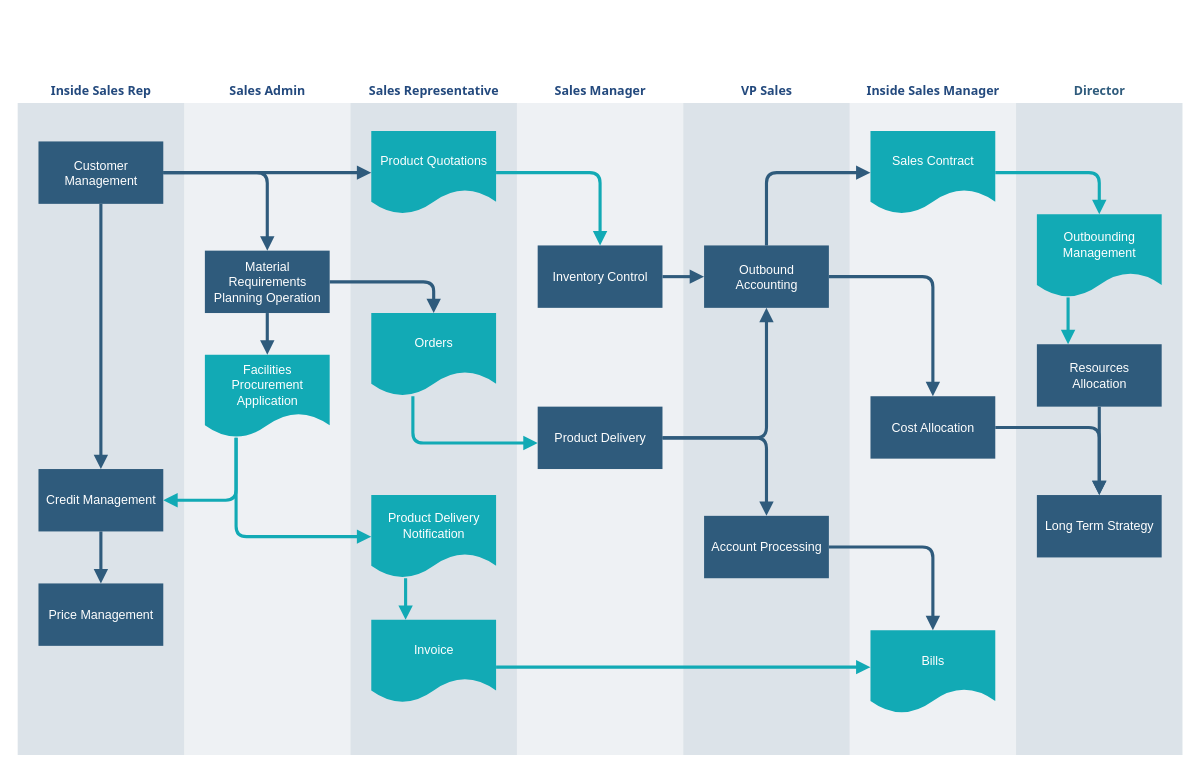
Before: arch_operational_flow.drawio in p4r4g/algotrading-arch-doc, a draw.io diagram. Source tidied: cells renumbered, new cells numbered last; positions are measured from the earlier drawing's top-left corner, leaving out a move shared by most shapes. Both pictures are drawn from the tidied source at 104%, with x=0, y=0 at pixel (17, 78).
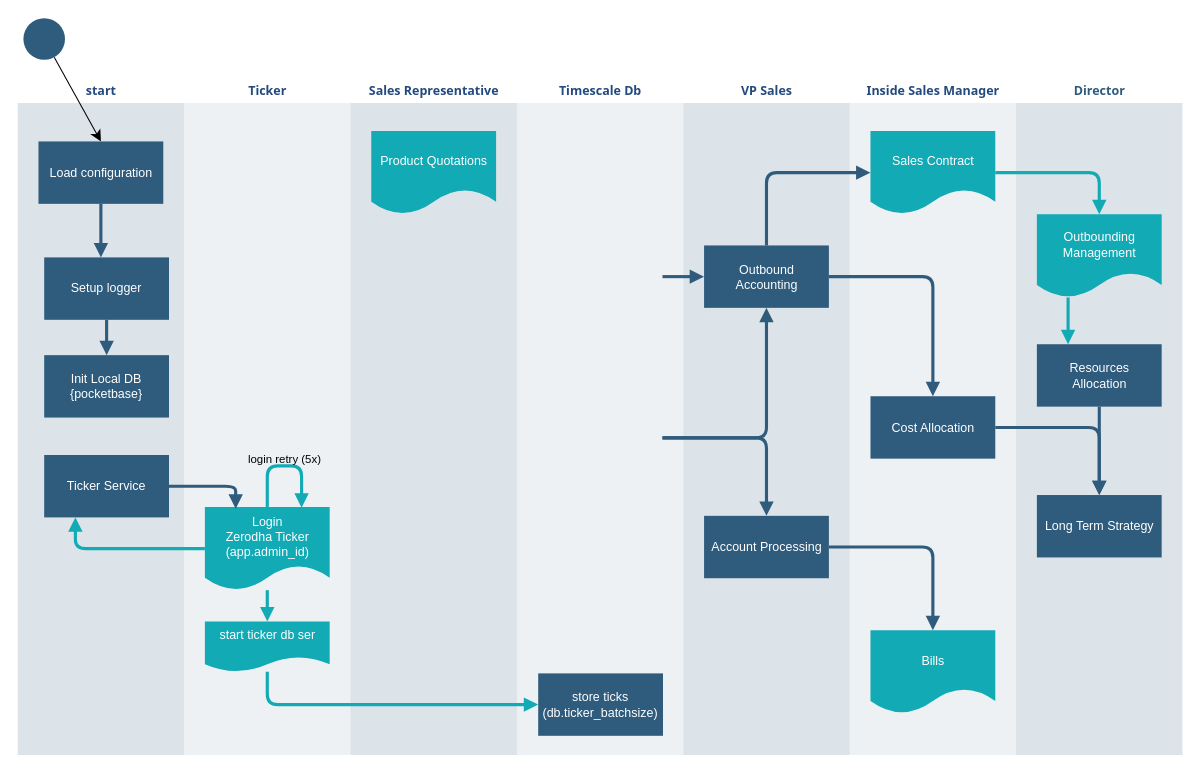
Above is the later version.

Unchanged cells that the change refers to:
```xml
<mxCell id="10" value="Bills" style="shape=document;whiteSpace=wrap;verticalAlign=middle;strokeColor=none;fillColor=#12aab5;shadow=0;fontColor=#FFFFFF;fontFamily=Helvetica;fontStyle=0;html=1;fontSize=12;spacing=6;spacingBottom=22;" parent="8" vertex="1">
  <mxGeometry x="20" y="530" width="120" height="80" as="geometry" />
</mxCell>
<mxCell id="13" value="Outbound Accounting" style="whiteSpace=wrap;fillColor=#2f5b7c;strokeColor=none;shadow=0;fontColor=#FFFFFF;fontFamily=Helvetica;fontStyle=0;html=1;fontSize=12;spacing=6;verticalAlign=middle;" parent="12" vertex="1">
  <mxGeometry x="20" y="160" width="120" height="60" as="geometry" />
</mxCell>
<mxCell id="14" value="Account Processing" style="whiteSpace=wrap;strokeColor=none;fillColor=#2f5b7c;shadow=0;fontColor=#FFFFFF;fontFamily=Helvetica;fontStyle=0;html=1;fontSize=12;spacing=6;verticalAlign=middle;" parent="12" vertex="1">
  <mxGeometry x="20" y="420" width="120" height="60" as="geometry" />
</mxCell>
<mxCell id="19" value="&lt;font color=&quot;#23497d&quot;&gt;Sales Representative&lt;/font&gt;" style="swimlane;whiteSpace=wrap;fillColor=none;swimlaneFillColor=#BAC8D3;fontColor=#2F5B7C;fontFamily=Tahoma;html=1;strokeColor=none;opacity=50;" parent="1" vertex="1">
  <mxGeometry x="320.5" y="0.5" width="160" height="650" as="geometry" />
</mxCell>
<mxCell id="20" value="Product Quotations" style="shape=document;whiteSpace=wrap;verticalAlign=middle;strokeColor=none;fillColor=#12aab5;shadow=0;fontColor=#FFFFFF;fontFamily=Helvetica;fontStyle=0;html=1;fontSize=12;spacing=6;spacingBottom=22;" parent="19" vertex="1">
  <mxGeometry x="20" y="50" width="120" height="80" as="geometry" />
</mxCell>
```

Diff of the diagram source:
```diff
@@
-    <mxCell id="2" value="&lt;font color=&quot;#23497d&quot;&gt;Inside Sales Rep&lt;/font&gt;" style="swimlane;whiteSpace=wrap;fillColor=none;swimlaneFillColor=#BAC8D3;fontColor=#2F5B7C;fontFamily=Tahoma;html=1;strokeColor=none;opacity=50;" parent="1" vertex="1">
+    <mxCell id="2" value="&lt;font color=&quot;#23497d&quot;&gt;start&lt;/font&gt;" style="swimlane;whiteSpace=wrap;fillColor=none;swimlaneFillColor=#BAC8D3;fontColor=#2F5B7C;fontFamily=Tahoma;html=1;strokeColor=none;opacity=50;" parent="1" vertex="1">
       <mxGeometry x="0.5" y="0.5" width="160" height="650" as="geometry" />
     </mxCell>
-    <mxCell id="3" value="Customer Management" style="whiteSpace=wrap;shadow=0;fontColor=#FFFFFF;fontFamily=Helvetica;fontStyle=0;html=1;fontSize=12;plain-purple;strokeColor=none;fillColor=#2f5b7c;gradientColor=none;spacing=6;verticalAlign=middle;" parent="2" vertex="1">
+    <mxCell id="3" value="Load configuration" style="whiteSpace=wrap;shadow=0;fontColor=#FFFFFF;fontFamily=Helvetica;fontStyle=0;html=1;fontSize=12;plain-purple;strokeColor=none;fillColor=#2f5b7c;gradientColor=none;spacing=6;verticalAlign=middle;" parent="2" vertex="1">
       <mxGeometry x="20" y="60" width="120" height="60" as="geometry" />
     </mxCell>
+    <mxCell id="50" style="edgeStyle=segmentEdgeStyle;shape=connector;rounded=1;jettySize=auto;html=1;labelBackgroundColor=default;strokeColor=#2F5B7C;strokeWidth=3;fontFamily=Helvetica;fontSize=11;fontColor=default;endArrow=block;endFill=1;" parent="2" edge="1" source="4" target="51">
+      <mxGeometry relative="1" as="geometry" />
+    </mxCell>
-    <mxCell id="4" value="Credit Management" style="whiteSpace=wrap;strokeColor=none;fillColor=#2f5b7c;shadow=0;fontColor=#FFFFFF;fontFamily=Helvetica;fontStyle=0;html=1;fontSize=12;spacing=6;verticalAlign=middle;" parent="2" vertex="1">
-      <mxGeometry x="20" y="375" width="120" height="60" as="geometry" />
+    <mxCell id="4" value="Setup logger" style="whiteSpace=wrap;strokeColor=none;fillColor=#2f5b7c;shadow=0;fontColor=#FFFFFF;fontFamily=Helvetica;fontStyle=0;html=1;fontSize=12;spacing=6;verticalAlign=middle;" parent="2" vertex="1">
+      <mxGeometry x="25.5" y="171.5" width="120" height="60" as="geometry" />
     </mxCell>
-    <mxCell id="5" value="Price Management" style="whiteSpace=wrap;strokeColor=none;fillColor=#2f5b7c;shadow=0;fontColor=#FFFFFF;fontFamily=Helvetica;fontStyle=0;html=1;fontSize=12;spacing=6;verticalAlign=middle;" parent="2" vertex="1">
-      <mxGeometry x="20" y="485" width="120" height="60" as="geometry" />
+    <mxCell id="5" value="Ticker Service" style="whiteSpace=wrap;strokeColor=none;fillColor=#2f5b7c;shadow=0;fontColor=#FFFFFF;fontFamily=Helvetica;fontStyle=0;html=1;fontSize=12;spacing=6;verticalAlign=middle;" parent="2" vertex="1">
+      <mxGeometry x="25.5" y="361.5" width="120" height="60" as="geometry" />
     </mxCell>
-    <mxCell id="6" style="edgeStyle=segmentEdgeStyle;strokeColor=#2F5B7C;strokeWidth=3;html=1;endArrow=block;endFill=1;" parent="2" edge="1" source="4" target="5">
-      <mxGeometry relative="1" as="geometry" />
-    </mxCell>
@@
+    <mxCell id="51" value="&lt;div&gt;Init Local DB&lt;/div&gt;&lt;div&gt;{pocketbase}&lt;br&gt;&lt;/div&gt;" style="whiteSpace=wrap;strokeColor=none;fillColor=#2f5b7c;shadow=0;fontColor=#FFFFFF;fontFamily=Helvetica;fontStyle=0;html=1;fontSize=12;spacing=6;verticalAlign=middle;" parent="2" vertex="1">
+      <mxGeometry x="25.5" y="265.5" width="120" height="60" as="geometry" />
+    </mxCell>
@@
-    <mxCell id="15" value="&lt;font color=&quot;#23497d&quot;&gt;Sales Admin&lt;/font&gt;" style="swimlane;whiteSpace=wrap;fillColor=none;swimlaneFillColor=#BAC8D3;fontColor=#2F5B7C;fontFamily=Tahoma;html=1;strokeColor=none;opacity=25;" parent="1" vertex="1">
+    <mxCell id="15" value="&lt;font color=&quot;#23497d&quot;&gt;Ticker&lt;br&gt;&lt;/font&gt;" style="swimlane;whiteSpace=wrap;fillColor=none;swimlaneFillColor=#BAC8D3;fontColor=#2F5B7C;fontFamily=Tahoma;html=1;strokeColor=none;opacity=25;" parent="1" vertex="1">
       <mxGeometry x="160.5" y="0.5" width="160" height="650" as="geometry" />
     </mxCell>
-    <mxCell id="16" value="Material Requirements Planning Operation" style="whiteSpace=wrap;shadow=0;fontColor=#FFFFFF;fontFamily=Helvetica;fontStyle=0;html=1;fontSize=12;plain-purple;strokeColor=none;fillColor=#2f5b7c;gradientColor=none;spacing=6;verticalAlign=middle;" parent="15" vertex="1">
-      <mxGeometry x="20" y="165" width="120" height="60" as="geometry" />
-    </mxCell>
+    <mxCell id="52" style="edgeStyle=segmentEdgeStyle;shape=connector;rounded=1;jettySize=auto;html=1;entryX=0.5;entryY=0;entryDx=0;entryDy=0;labelBackgroundColor=default;strokeColor=#12AAB5;strokeWidth=3;fontFamily=Helvetica;fontSize=11;fontColor=default;endArrow=block;endFill=1;" parent="15" edge="1" source="17" target="53">
+      <mxGeometry relative="1" as="geometry" />
+    </mxCell>
-    <mxCell id="17" value="&lt;font color=&quot;#ffffff&quot;&gt;Facilities Procurement&lt;br&gt;Application&lt;/font&gt;&lt;br&gt; " style="shape=document;whiteSpace=wrap;verticalAlign=middle;strokeColor=none;fillColor=#12aab5;shadow=0;fontColor=#FFFFFF;fontFamily=Helvetica;fontStyle=0;html=1;fontSize=12;spacing=6;spacingBottom=22;" parent="15" vertex="1">
-      <mxGeometry x="20" y="265" width="120" height="80" as="geometry" />
+    <mxCell id="17" value="&lt;div&gt;Login &lt;br&gt;&lt;/div&gt;&lt;div&gt;Zerodha Ticker&lt;br&gt;&lt;/div&gt;&lt;div&gt;(app.admin_id)&lt;/div&gt;" style="shape=document;whiteSpace=wrap;verticalAlign=middle;strokeColor=none;fillColor=#12aab5;shadow=0;fontColor=#FFFFFF;fontFamily=Helvetica;fontStyle=0;html=1;fontSize=12;spacing=6;spacingBottom=22;" parent="15" vertex="1">
+      <mxGeometry x="20" y="411.5" width="120" height="80" as="geometry" />
     </mxCell>
-    <mxCell id="18" style="edgeStyle=segmentEdgeStyle;strokeColor=#2F5B7C;strokeWidth=3;html=1;endArrow=block;endFill=1;" parent="15" edge="1" source="16" target="17">
-      <mxGeometry relative="1" as="geometry" />
-    </mxCell>
+    <mxCell id="53" value="start ticker db ser" style="shape=document;whiteSpace=wrap;verticalAlign=middle;strokeColor=none;fillColor=#12aab5;shadow=0;fontColor=#FFFFFF;fontFamily=Helvetica;fontStyle=0;html=1;fontSize=12;spacing=6;spacingBottom=22;" parent="15" vertex="1">
+      <mxGeometry x="20" y="521.5" width="120" height="48.5" as="geometry" />
+    </mxCell>
+    <mxCell id="54" style="edgeStyle=segmentEdgeStyle;shape=connector;rounded=1;orthogonalLoop=1;jettySize=auto;html=1;labelBackgroundColor=default;strokeColor=#12AAB5;strokeWidth=3;fontFamily=Helvetica;fontSize=11;fontColor=default;endArrow=block;endFill=1;exitX=0.5;exitY=0;exitDx=0;exitDy=0;entryX=0.775;entryY=0.008;entryDx=0;entryDy=0;entryPerimeter=0;" parent="15" edge="1" source="17" target="17">
+      <mxGeometry relative="1" as="geometry">
+        <Array as="points">
+          <mxPoint x="80" y="372" />
+          <mxPoint x="113" y="372" />
+        </Array>
+      </mxGeometry>
+    </mxCell>
+    <mxCell id="55" value="login retry (5x)" style="edgeLabel;html=1;align=center;verticalAlign=middle;fontSize=11;fontFamily=Helvetica;fontColor=default;labelBackgroundColor=none;" parent="54" vertex="1">
+      <mxGeometry x="-0.11" relative="1" as="geometry">
+        <mxPoint x="5" y="-7" as="offset" />
+      </mxGeometry>
+    </mxCell>
@@
-    <mxCell id="21" value="Orders" style="shape=document;whiteSpace=wrap;verticalAlign=middle;strokeColor=none;fillColor=#12aab5;shadow=0;fontColor=#FFFFFF;fontFamily=Helvetica;fontStyle=0;html=1;fontSize=12;spacing=6;spacingBottom=22;" parent="19" vertex="1">
-      <mxGeometry x="20" y="225" width="120" height="80" as="geometry" />
-    </mxCell>
-    <mxCell id="22" value="Product Delivery Notification" style="shape=document;whiteSpace=wrap;strokeColor=none;fillColor=#12aab5;shadow=0;fontColor=#FFFFFF;fontFamily=Helvetica;fontStyle=0;html=1;fontSize=12;verticalAlign=middle;spacing=6;spacingBottom=22;" parent="19" vertex="1">
-      <mxGeometry x="20" y="400" width="120" height="80" as="geometry" />
-    </mxCell>
-    <mxCell id="23" value="Invoice" style="shape=document;whiteSpace=wrap;verticalAlign=middle;strokeColor=none;fillColor=#12aab5;shadow=0;fontColor=#FFFFFF;fontFamily=Helvetica;fontStyle=0;html=1;fontSize=12;spacing=6;spacingBottom=22;" parent="19" vertex="1">
-      <mxGeometry x="20" y="520" width="120" height="80" as="geometry" />
-    </mxCell>
-    <mxCell id="24" style="edgeStyle=segmentEdgeStyle;strokeColor=#12AAB5;strokeWidth=3;html=1;endArrow=block;endFill=1;" parent="19" edge="1" source="22" target="23">
-      <mxGeometry relative="1" as="geometry">
-        <Array as="points">
-          <mxPoint x="53" y="501" />
-          <mxPoint x="53" y="501" />
-        </Array>
-      </mxGeometry>
-    </mxCell>
-    <mxCell id="25" value="&lt;font color=&quot;#23497d&quot;&gt;Sales Manager&lt;/font&gt;" style="swimlane;whiteSpace=wrap;fillColor=none;swimlaneFillColor=#BAC8D3;fontColor=#2F5B7C;fontFamily=Tahoma;html=1;strokeColor=none;opacity=25;" parent="1" vertex="1">
+    <mxCell id="25" value="&lt;font color=&quot;#23497d&quot;&gt;Timescale Db&lt;br&gt;&lt;/font&gt;" style="swimlane;whiteSpace=wrap;fillColor=none;swimlaneFillColor=#BAC8D3;fontColor=#2F5B7C;fontFamily=Tahoma;html=1;strokeColor=none;opacity=25;" parent="1" vertex="1">
       <mxGeometry x="480.5" y="0.5" width="160" height="650" as="geometry" />
     </mxCell>
-    <mxCell id="26" value="Inventory Control" style="whiteSpace=wrap;strokeColor=none;fillColor=#2f5b7c;shadow=0;fontColor=#FFFFFF;fontFamily=Helvetica;fontStyle=0;html=1;fontSize=12;spacing=6;verticalAlign=middle;" parent="25" vertex="1">
-      <mxGeometry x="20" y="160" width="120" height="60" as="geometry" />
-    </mxCell>
-    <mxCell id="27" value="Product Delivery" style="whiteSpace=wrap;strokeColor=none;fillColor=#2f5b7c;shadow=0;fontColor=#FFFFFF;fontFamily=Helvetica;fontStyle=0;html=1;fontSize=12;spacing=6;verticalAlign=middle;" parent="25" vertex="1">
-      <mxGeometry x="20" y="315" width="120" height="60" as="geometry" />
-    </mxCell>
+    <mxCell id="56" value="&lt;div&gt;store ticks&lt;/div&gt;&lt;div&gt;(db.ticker_batchsize)&lt;br&gt;&lt;/div&gt;" style="whiteSpace=wrap;strokeColor=none;fillColor=#2f5b7c;shadow=0;fontColor=#FFFFFF;fontFamily=Helvetica;fontStyle=0;html=1;fontSize=12;spacing=6;verticalAlign=middle;" parent="25" vertex="1">
+      <mxGeometry x="20.5" y="571.5" width="120" height="60" as="geometry" />
+    </mxCell>
@@
-    <mxCell id="34" style="edgeStyle=segmentEdgeStyle;strokeColor=#2F5B7C;strokeWidth=3;html=1;endArrow=block;endFill=1;" parent="1" edge="1" source="3" target="16">
-      <mxGeometry x="164.5" y="178.5" as="geometry" />
-    </mxCell>
-    <mxCell id="35" style="edgeStyle=segmentEdgeStyle;strokeColor=#12AAB5;strokeWidth=3;html=1;endArrow=block;endFill=1;" parent="1" edge="1" source="17" target="4">
-      <mxGeometry x="164.5" y="433.5" as="geometry">
-        <Array as="points">
-          <mxPoint x="210.5" y="405.5" />
-        </Array>
-      </mxGeometry>
-    </mxCell>
-    <mxCell id="36" style="edgeStyle=segmentEdgeStyle;strokeColor=#2F5B7C;strokeWidth=3;html=1;endArrow=block;endFill=1;" parent="1" edge="1" source="3" target="20">
-      <mxGeometry x="164.5" y="178.5" as="geometry" />
-    </mxCell>
-    <mxCell id="37" style="edgeStyle=segmentEdgeStyle;strokeColor=#12AAB5;strokeWidth=3;html=1;endArrow=block;endFill=1;" parent="1" edge="1" source="17" target="22">
-      <mxGeometry x="234.5" y="433.5" as="geometry">
-        <Array as="points">
-          <mxPoint x="210.5" y="440.5" />
-        </Array>
-      </mxGeometry>
-    </mxCell>
-    <mxCell id="38" style="edgeStyle=elbowEdgeStyle;elbow=vertical;strokeColor=#12AAB5;strokeWidth=3;html=1;endArrow=block;endFill=1;" parent="1" edge="1" source="23" target="10">
-      <mxGeometry x="484.5" y="623.5" as="geometry" />
-    </mxCell>
-    <mxCell id="39" style="edgeStyle=segmentEdgeStyle;strokeColor=#2F5B7C;strokeWidth=3;html=1;endArrow=block;endFill=1;" parent="1" edge="1" source="16" target="21">
-      <mxGeometry x="324.5" y="283.5" as="geometry" />
-    </mxCell>
-    <mxCell id="40" style="edgeStyle=segmentEdgeStyle;strokeColor=#12AAB5;strokeWidth=3;html=1;endArrow=block;endFill=1;" parent="1" edge="1" source="20" target="26">
-      <mxGeometry x="484.5" y="178.5" as="geometry" />
-    </mxCell>
-    <mxCell id="41" style="edgeStyle=none;strokeColor=#2F5B7C;strokeWidth=3;html=1;endArrow=block;endFill=1;" parent="1" edge="1" source="26" target="13">
-      <mxGeometry x="644.5" y="278.5" as="geometry" />
+    <mxCell id="41" style="edgeStyle=none;strokeColor=#2F5B7C;strokeWidth=3;html=1;endArrow=block;endFill=1;" parent="1" edge="1" target="13">
+      <mxGeometry x="644.5" y="278.5" as="geometry">
+        <mxPoint x="620.5" y="190.5" as="sourcePoint" />
+      </mxGeometry>
     </mxCell>
-    <mxCell id="42" style="edgeStyle=segmentEdgeStyle;strokeColor=#12AAB5;strokeWidth=3;html=1;endArrow=block;endFill=1;" parent="1" edge="1" source="21" target="27">
-      <mxGeometry x="404.5" y="393.5" as="geometry">
-        <Array as="points">
-          <mxPoint x="380.5" y="350.5" />
-        </Array>
-      </mxGeometry>
-    </mxCell>
-    <mxCell id="43" style="edgeStyle=segmentEdgeStyle;strokeColor=#2F5B7C;strokeWidth=3;html=1;endArrow=block;endFill=1;" parent="1" edge="1" source="27" target="13">
-      <mxGeometry x="644.5" y="308.5" as="geometry" />
+    <mxCell id="43" style="edgeStyle=segmentEdgeStyle;strokeColor=#2F5B7C;strokeWidth=3;html=1;endArrow=block;endFill=1;" parent="1" edge="1" target="13">
+      <mxGeometry x="644.5" y="308.5" as="geometry">
+        <mxPoint x="620.5" y="345.5" as="sourcePoint" />
+      </mxGeometry>
     </mxCell>
-    <mxCell id="44" style="edgeStyle=segmentEdgeStyle;strokeColor=#2F5B7C;strokeWidth=3;html=1;endArrow=block;endFill=1;" parent="1" edge="1" source="27" target="14">
-      <mxGeometry x="644.5" y="433.5" as="geometry" />
+    <mxCell id="44" style="edgeStyle=segmentEdgeStyle;strokeColor=#2F5B7C;strokeWidth=3;html=1;endArrow=block;endFill=1;" parent="1" edge="1" target="14">
+      <mxGeometry x="644.5" y="433.5" as="geometry">
+        <mxPoint x="620.5" y="345.5" as="sourcePoint" />
+      </mxGeometry>
     </mxCell>
@@
+    <mxCell id="57" style="edgeStyle=none;curved=1;rounded=0;jettySize=auto;html=1;entryX=0.5;entryY=0;entryDx=0;entryDy=0;fontSize=12;startSize=8;endSize=8;" parent="1" edge="1" source="58" target="3">
+      <mxGeometry relative="1" as="geometry" />
+    </mxCell>
+    <mxCell id="58" style="ellipse;whiteSpace=wrap;html=1;fontSize=12;fillColor=#2f5b7c;strokeColor=none;fontColor=#FFFFFF;shadow=0;fontStyle=0;gradientColor=none;spacing=6;" parent="1" vertex="1">
+      <mxGeometry x="6" y="-58" width="40" height="40" as="geometry" />
+    </mxCell>
+    <mxCell id="59" style="edgeStyle=segmentEdgeStyle;shape=connector;rounded=1;jettySize=auto;html=1;labelBackgroundColor=default;strokeColor=#2F5B7C;strokeWidth=3;fontFamily=Helvetica;fontSize=11;fontColor=default;endArrow=block;endFill=1;entryX=0.247;entryY=0.02;entryDx=0;entryDy=0;entryPerimeter=0;" parent="1" edge="1" source="5" target="17">
+      <mxGeometry relative="1" as="geometry" />
+    </mxCell>
+    <mxCell id="60" style="edgeStyle=segmentEdgeStyle;shape=connector;rounded=1;jettySize=auto;html=1;entryX=0;entryY=0.5;entryDx=0;entryDy=0;labelBackgroundColor=default;strokeColor=#12AAB5;strokeWidth=3;fontFamily=Helvetica;fontSize=11;fontColor=default;endArrow=block;endFill=1;" parent="1" edge="1" source="53" target="56">
+      <mxGeometry relative="1" as="geometry">
+        <Array as="points">
+          <mxPoint x="241" y="602" />
+        </Array>
+      </mxGeometry>
+    </mxCell>
+    <mxCell id="61" style="edgeStyle=segmentEdgeStyle;shape=connector;rounded=1;jettySize=auto;html=1;exitX=0;exitY=0.5;exitDx=0;exitDy=0;labelBackgroundColor=default;strokeColor=#12AAB5;strokeWidth=3;fontFamily=Helvetica;fontSize=11;fontColor=#FFFFFF;endArrow=block;endFill=1;entryX=0.25;entryY=1;entryDx=0;entryDy=0;" parent="1" edge="1" source="17" target="5">
+      <mxGeometry relative="1" as="geometry" />
+    </mxCell>
```
